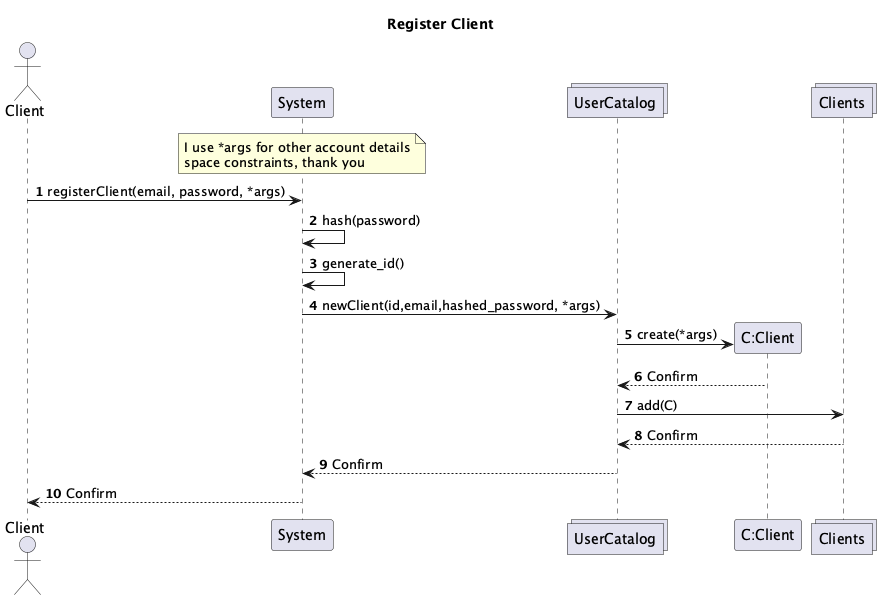
This is System-Diagrams/UML Interaction/Client/Client-Interactions.png from vibqetowi/soen-342-project, a PlantUML export, as it was before one commit. The source it was exported from:
```plantuml
@startuml
actor Client
participant System
collections UserCatalog
participant "C:Client"
collections Clients

title Register Client

note over of System
I use *args for other account details
space constraints, thank you
end note

autonumber

Client -> System : registerClient(email, password, *args)
System -> System : hash(password)
System -> System: generate_id()
System -> UserCatalog: newClient(id,email,hashed_password, *args)
UserCatalog  -> "C:Client" **: create(*args)
"C:Client" --> UserCatalog : Confirm
UserCatalog -> Clients : add(C)
Clients --> UserCatalog: Confirm
UserCatalog --> System: Confirm
System --> Client: Confirm

@enduml
```
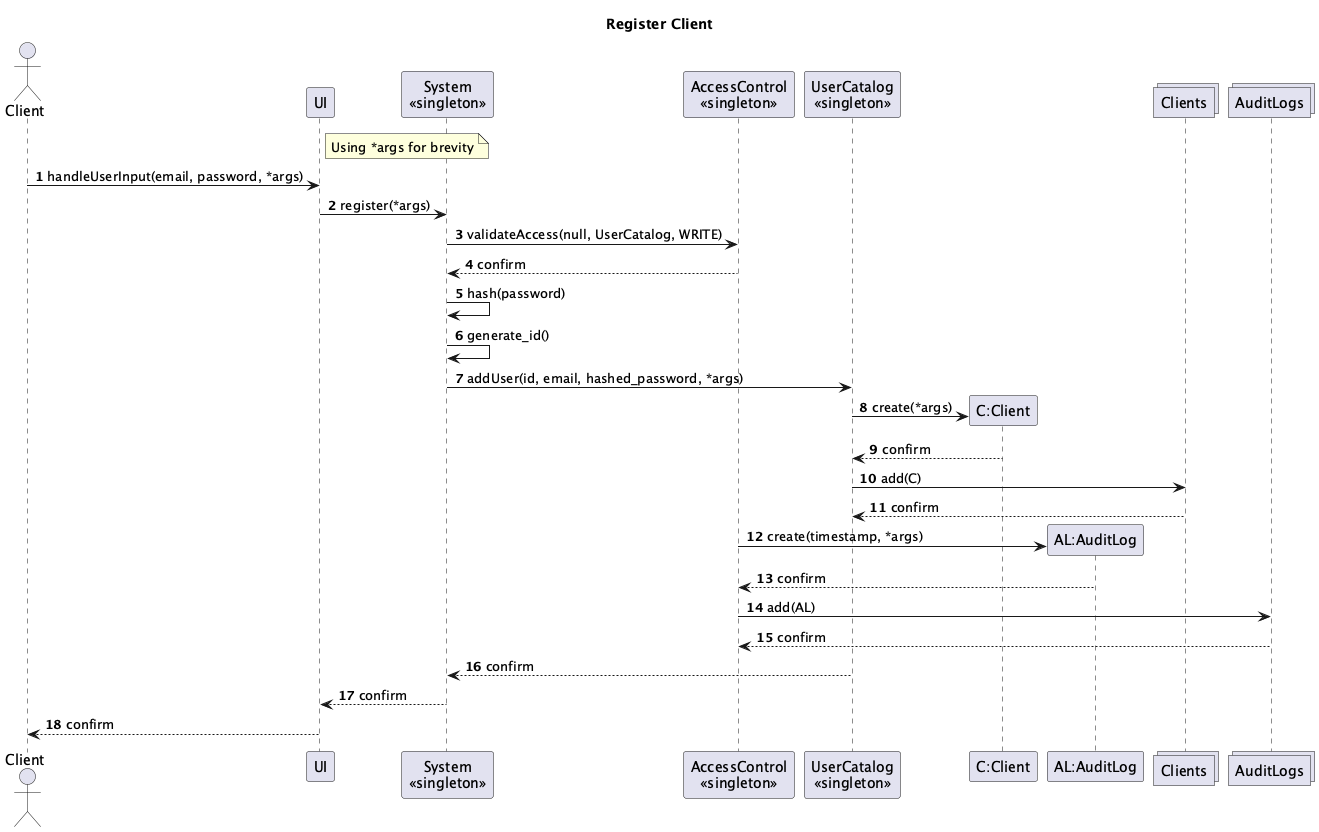
The same diagram one commit later.

Change to the diagram source:
```diff
@@ -1,28 +1,45 @@
 @startuml
 actor Client
-participant System
-collections UserCatalog
-participant "C:Client"
+participant UI
+participant "System\n<<singleton>>" as System
+participant "AccessControl\n<<singleton>>" as AccessControl
+participant "UserCatalog\n<<singleton>>" as UserCatalog
+participant "C:Client" as User
+participant "AL:AuditLog" as AuditLog
 collections Clients
+collections AuditLogs
 
 title Register Client
 
-note over of System
-I use *args for other account details
-space constraints, thank you
+note right of UI
+Using *args for brevity
 end note
 
 autonumber
 
-Client -> System : registerClient(email, password, *args)
-System -> System : hash(password)
+Client -> UI: handleUserInput(email, password, *args)
+UI -> System: register(*args)
+
+System -> AccessControl: validateAccess(null, UserCatalog, WRITE)
+AccessControl --> System: confirm
+
+System -> System: hash(password)
 System -> System: generate_id()
-System -> UserCatalog: newClient(id,email,hashed_password, *args)
-UserCatalog  -> "C:Client" **: create(*args)
-"C:Client" --> UserCatalog : Confirm
-UserCatalog -> Clients : add(C)
-Clients --> UserCatalog: Confirm
-UserCatalog --> System: Confirm
-System --> Client: Confirm
+
+System -> UserCatalog: addUser(id, email, hashed_password, *args)
+UserCatalog -> User ** : create(*args)
+
+User --> UserCatalog: confirm
+UserCatalog -> Clients: add(C)
+Clients --> UserCatalog: confirm
+
+AccessControl -> AuditLog **: create(timestamp, *args)
+AuditLog --> AccessControl: confirm
+AccessControl -> AuditLogs: add(AL)
+AuditLogs --> AccessControl: confirm
+
+UserCatalog --> System: confirm
+System --> UI: confirm
+UI --> Client: confirm
 
 @enduml
```
